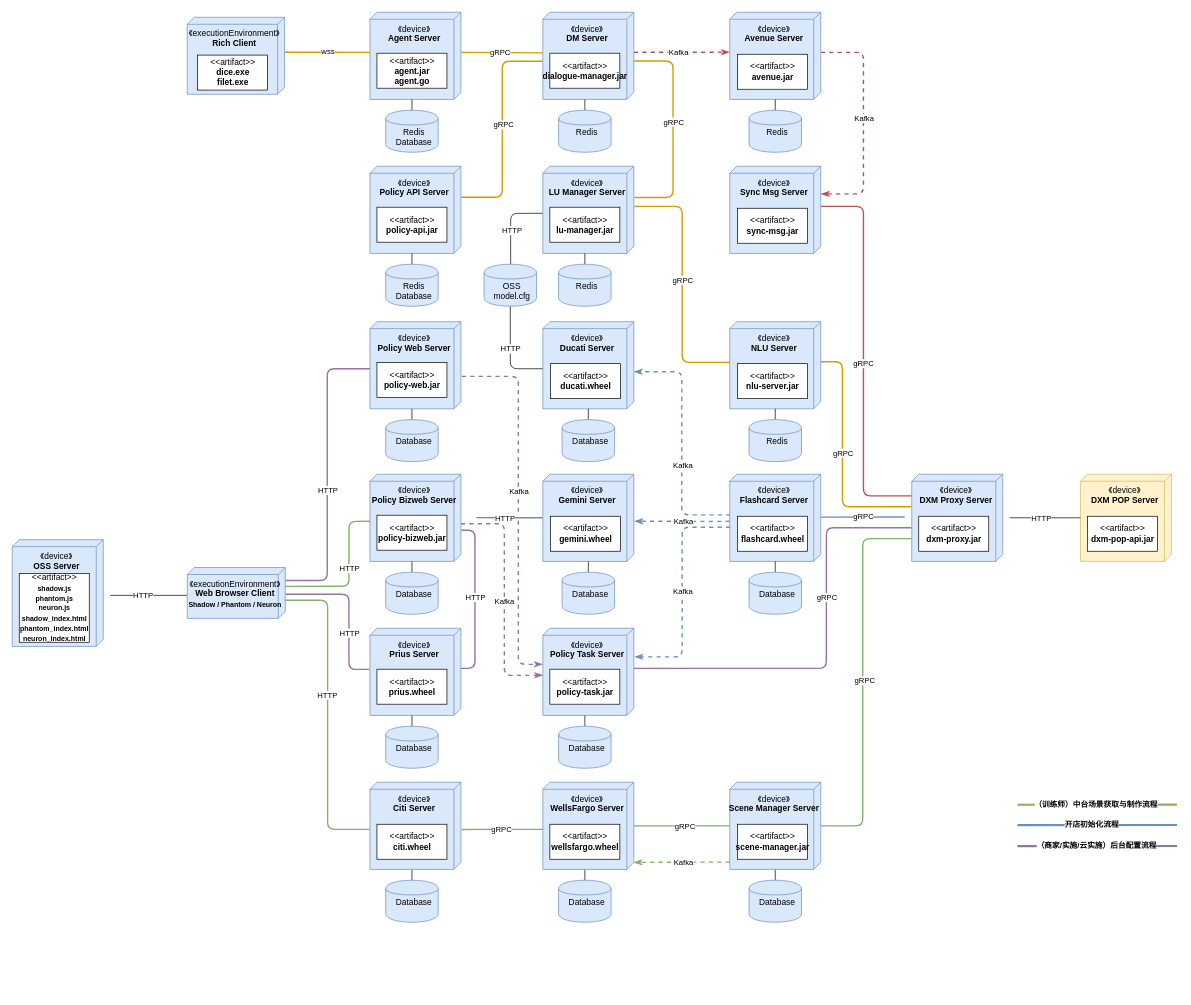
GeekKwok/UML keeps this draw.io diagram as leyan/dxm/dxm_deployment_diagram.drawio. Above is the earlier version. Source tidied: cells renumbered, new cells numbered last; positions are measured from the earlier drawing's top-left corner, leaving out a move shared by most shapes. Both pictures are drawn from the tidied source at 70%, with x=0, y=0 at pixel (12, 12).
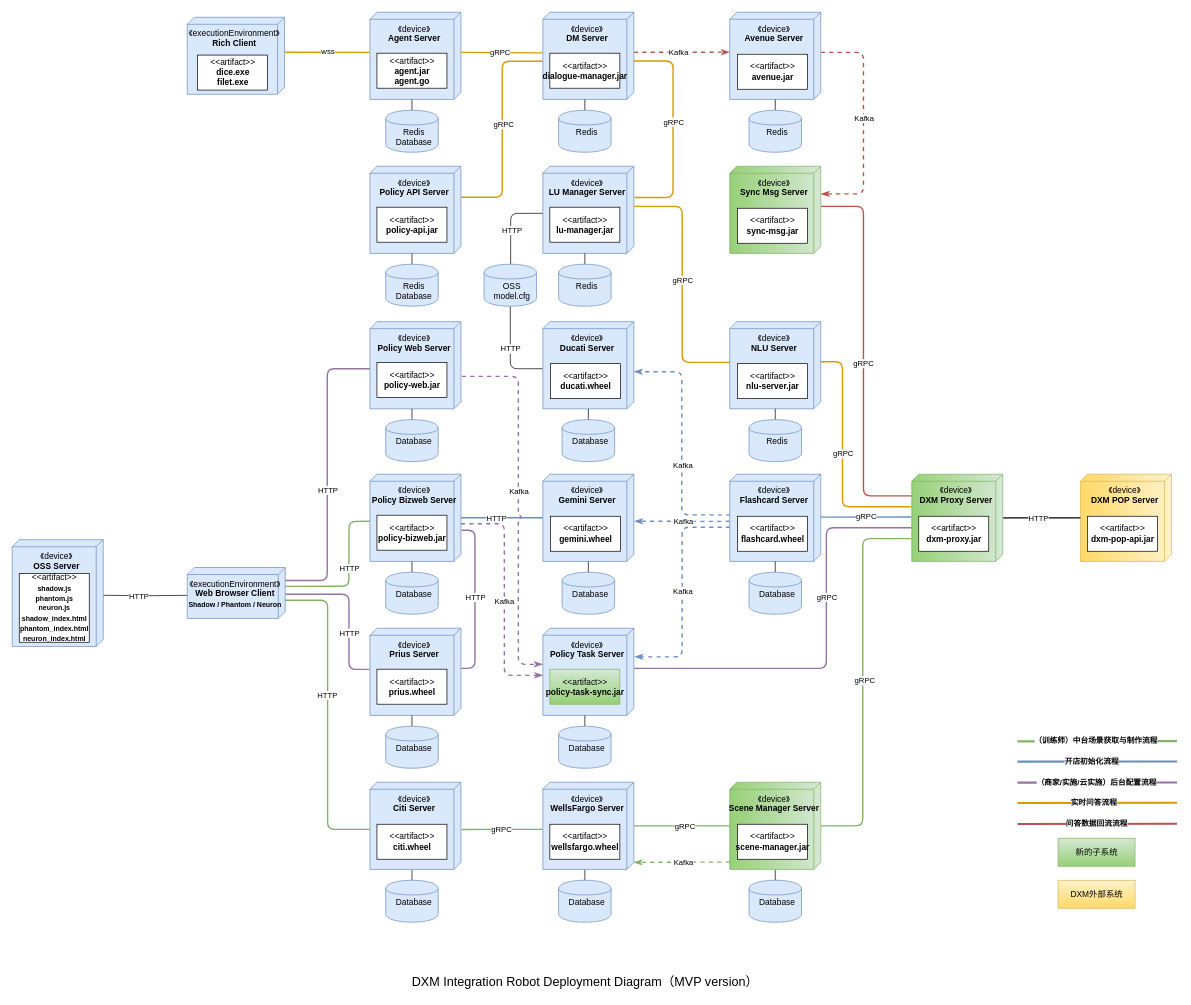
After the change.

Unchanged cells that the change refers to:
```xml
<mxCell id="32" value="《device》&lt;br&gt;&lt;b&gt;OSS Server&lt;/b&gt;" style="verticalAlign=top;align=center;shape=cube;size=10;direction=south;fontStyle=0;html=1;boundedLbl=1;spacingLeft=5;fillColor=#dae8fc;strokeColor=#6c8ebf;" parent="1" vertex="1">
  <mxGeometry y="753.5" width="130" height="152.5" as="geometry" />
</mxCell>
<mxCell id="73" value="《device》&lt;br&gt;&lt;b&gt;Policy Task Server&lt;/b&gt;" style="verticalAlign=top;align=center;shape=cube;size=10;direction=south;fontStyle=0;html=1;boundedLbl=1;spacingLeft=5;fillColor=#dae8fc;strokeColor=#6c8ebf;" parent="1" vertex="1">
  <mxGeometry x="758" y="880" width="130" height="124.5" as="geometry" />
</mxCell>
<mxCell id="79" value="《device》&lt;br&gt;&lt;b&gt;Policy Bizweb Server&lt;/b&gt;" style="verticalAlign=top;align=center;shape=cube;size=10;direction=south;fontStyle=0;html=1;boundedLbl=1;spacingLeft=5;fillColor=#dae8fc;strokeColor=#6c8ebf;" parent="1" vertex="1">
  <mxGeometry x="511" y="660" width="130" height="124.5" as="geometry" />
</mxCell>
<mxCell id="85" value="《device》&lt;br&gt;&lt;b&gt;Policy Web Server&lt;/b&gt;" style="verticalAlign=top;align=center;shape=cube;size=10;direction=south;fontStyle=0;html=1;boundedLbl=1;spacingLeft=5;fillColor=#dae8fc;strokeColor=#6c8ebf;" parent="1" vertex="1">
  <mxGeometry x="511" y="442" width="130" height="124.5" as="geometry" />
</mxCell>
<mxCell id="105" value="《device》&lt;br&gt;&lt;b&gt;NLU Server&lt;/b&gt;" style="verticalAlign=top;align=center;shape=cube;size=10;direction=south;fontStyle=0;html=1;boundedLbl=1;spacingLeft=5;fillColor=#dae8fc;strokeColor=#6c8ebf;" parent="1" vertex="1">
  <mxGeometry x="1025" y="442" width="130" height="124.5" as="geometry" />
</mxCell>
```

What changed in the source:
```diff
@@
-    <mxCell id="2" value="《device》&lt;br&gt;&lt;b&gt;DXM POP&amp;nbsp;Server&lt;/b&gt;" style="verticalAlign=top;align=center;shape=cube;size=10;direction=south;fontStyle=0;html=1;boundedLbl=1;spacingLeft=5;fillColor=#fff2cc;strokeColor=#d6b656;" parent="1" vertex="1">
+    <mxCell id="2" value="《device》&lt;br&gt;&lt;b&gt;DXM POP&amp;nbsp;Server&lt;/b&gt;" style="verticalAlign=top;align=center;shape=cube;size=10;direction=south;fontStyle=0;html=1;boundedLbl=1;spacingLeft=5;fillColor=#fff2cc;strokeColor=#d6b656;gradientColor=#ffd966;" parent="1" vertex="1">
       <mxGeometry x="1526" y="660" width="130" height="124.5" as="geometry" />
     </mxCell>
-    <mxCell id="3" style="edgeStyle=none;rounded=1;jettySize=auto;html=1;endArrow=none;endFill=0;startFill=1;" parent="1" edge="1" target="2">
-      <mxGeometry relative="1" as="geometry">
-        <mxPoint x="1425" y="722.2" as="sourcePoint" />
-      </mxGeometry>
+    <mxCell id="3" style="edgeStyle=none;rounded=1;jettySize=auto;html=1;endArrow=none;endFill=0;startFill=1;exitX=0.501;exitY=-0.003;exitDx=0;exitDy=0;exitPerimeter=0;strokeWidth=2;" parent="1" edge="1" source="7" target="2">
+      <mxGeometry relative="1" as="geometry" />
     </mxCell>
@@
-    <mxCell id="7" value="《device》&lt;br&gt;&lt;b&gt;DXM Proxy Server&lt;/b&gt;" style="verticalAlign=top;align=center;shape=cube;size=10;direction=south;fontStyle=0;html=1;boundedLbl=1;spacingLeft=5;fillColor=#dae8fc;strokeColor=#6c8ebf;" parent="1" vertex="1">
+    <mxCell id="7" value="《device》&lt;br&gt;&lt;b&gt;DXM Proxy Server&lt;/b&gt;" style="verticalAlign=top;align=center;shape=cube;size=10;direction=south;fontStyle=0;html=1;boundedLbl=1;spacingLeft=5;fillColor=#d5e8d4;strokeColor=#82b366;gradientColor=#97d077;" parent="1" vertex="1">
       <mxGeometry x="1285" y="660" width="130" height="124.5" as="geometry" />
     </mxCell>
@@
-    <mxCell id="15" value="《device》&lt;br&gt;&lt;b&gt;Scene Manager Server&lt;/b&gt;" style="verticalAlign=top;align=center;shape=cube;size=10;direction=south;fontStyle=0;html=1;boundedLbl=1;spacingLeft=5;fillColor=#dae8fc;strokeColor=#6c8ebf;" parent="1" vertex="1">
+    <mxCell id="15" value="《device》&lt;br&gt;&lt;b&gt;Scene Manager Server&lt;/b&gt;" style="verticalAlign=top;align=center;shape=cube;size=10;direction=south;fontStyle=0;html=1;boundedLbl=1;spacingLeft=5;fillColor=#d5e8d4;strokeColor=#82b366;gradientColor=#97d077;" parent="1" vertex="1">
       <mxGeometry x="1025" y="1100" width="130" height="124.5" as="geometry" />
     </mxCell>
@@
-    <mxCell id="34" style="edgeStyle=orthogonalEdgeStyle;rounded=1;orthogonalLoop=1;jettySize=auto;html=1;startFill=1;endArrow=none;endFill=0;" parent="1" edge="1">
+    <mxCell id="34" style="edgeStyle=orthogonalEdgeStyle;rounded=1;jettySize=auto;html=1;startFill=1;endArrow=none;endFill=0;entryX=0.521;entryY=-0.003;entryDx=0;entryDy=0;entryPerimeter=0;" parent="1" edge="1" target="32">
       <mxGeometry relative="1" as="geometry">
         <mxPoint x="250" y="833" as="sourcePoint" />
-        <mxPoint x="140" y="833" as="targetPoint" />
       </mxGeometry>
     </mxCell>
@@
-    <mxCell id="51" style="edgeStyle=elbowEdgeStyle;rounded=1;orthogonalLoop=1;jettySize=auto;html=1;exitX=0;exitY=0;exitDx=57.25;exitDy=0;exitPerimeter=0;startFill=1;endArrow=none;endFill=0;fontColor=#000000;elbow=vertical;fillColor=#dae8fc;strokeColor=#6c8ebf;strokeWidth=2;" parent="1" edge="1">
+    <mxCell id="51" style="edgeStyle=elbowEdgeStyle;rounded=1;jettySize=auto;html=1;exitX=0;exitY=0;exitDx=57.25;exitDy=0;exitPerimeter=0;startFill=1;endArrow=none;endFill=0;fontColor=#000000;elbow=vertical;fillColor=#dae8fc;strokeColor=#6c8ebf;strokeWidth=2;entryX=0.491;entryY=1.003;entryDx=0;entryDy=0;entryPerimeter=0;" parent="1" edge="1" target="7">
       <mxGeometry relative="1" as="geometry">
         <mxPoint x="1155" y="721.3" as="sourcePoint" />
-        <mxPoint x="1275" y="721.3" as="targetPoint" />
       </mxGeometry>
     </mxCell>
@@
-    <mxCell id="59" style="edgeStyle=elbowEdgeStyle;rounded=1;orthogonalLoop=1;jettySize=auto;html=1;exitX=0;exitY=0;exitDx=67.25;exitDy=130;exitPerimeter=0;startFill=1;endArrow=none;endFill=0;fontColor=#000000;elbow=horizontal;fillColor=#dae8fc;strokeColor=#6c8ebf;strokeWidth=2;" parent="1" edge="1">
+    <mxCell id="59" style="edgeStyle=elbowEdgeStyle;rounded=1;jettySize=auto;html=1;exitX=0;exitY=0;exitDx=67.25;exitDy=130;exitPerimeter=0;startFill=1;endArrow=none;endFill=0;fontColor=#000000;elbow=horizontal;fillColor=#dae8fc;strokeColor=#6c8ebf;strokeWidth=2;entryX=0.499;entryY=0;entryDx=0;entryDy=0;entryPerimeter=0;" parent="1" edge="1" target="79">
       <mxGeometry relative="1" as="geometry">
         <mxPoint x="758" y="722.2" as="sourcePoint" />
-        <mxPoint x="663" y="722" as="targetPoint" />
       </mxGeometry>
     </mxCell>
@@
-    <mxCell id="74" value="&amp;lt;&amp;lt;artifact&amp;gt;&amp;gt;&lt;br&gt;&lt;b&gt;policy-task.jar&lt;/b&gt;" style="text;html=1;align=center;verticalAlign=middle;dashed=0;fillColor=#ffffff;strokeColor=#000000;" parent="1" vertex="1">
+    <mxCell id="74" value="&amp;lt;&amp;lt;artifact&amp;gt;&amp;gt;&lt;br&gt;&lt;b&gt;policy-task-sync.jar&lt;/b&gt;" style="text;html=1;align=center;verticalAlign=middle;dashed=0;fillColor=#d5e8d4;strokeColor=#82b366;gradientColor=#97d077;" parent="1" vertex="1">
       <mxGeometry x="768" y="938.5" width="100" height="50" as="geometry" />
     </mxCell>
@@
-    <mxCell id="83" style="edgeStyle=elbowEdgeStyle;rounded=1;jettySize=auto;html=1;exitX=0.628;exitY=-0.01;exitDx=0;exitDy=0;exitPerimeter=0;startFill=1;endArrow=classicThin;endFill=1;fontColor=#000000;jumpStyle=gap;dashed=1;fillColor=#e1d5e7;strokeColor=#9673a6;entryX=0.414;entryY=1.004;entryDx=0;entryDy=0;entryPerimeter=0;strokeWidth=2;" parent="1" edge="1" source="85" target="73">
+    <mxCell id="83" style="edgeStyle=elbowEdgeStyle;rounded=1;jettySize=auto;html=1;exitX=0.628;exitY=-0.01;exitDx=0;exitDy=0;exitPerimeter=0;startFill=1;endArrow=classicThin;endFill=1;fontColor=#000000;jumpStyle=arc;dashed=1;fillColor=#e1d5e7;strokeColor=#9673a6;entryX=0.414;entryY=1.004;entryDx=0;entryDy=0;entryPerimeter=0;strokeWidth=2;" parent="1" edge="1" source="85" target="73">
       <mxGeometry relative="1" as="geometry">
         <Array as="points">
           <mxPoint x="723" y="692" />
         </Array>
       </mxGeometry>
     </mxCell>
@@
     <mxCell id="89" style="endArrow=none;startArrow=none;endFill=0;startFill=0;endSize=8;html=1;verticalAlign=bottom;labelBackgroundColor=none;strokeWidth=3;fillColor=#d5e8d4;strokeColor=#82b366;" parent="1" edge="1">
       <mxGeometry relative="1" as="geometry">
-        <mxPoint x="1436" y="1132.2" as="sourcePoint" />
-        <mxPoint x="1664" y="1132" as="targetPoint" />
+        <mxPoint x="1436" y="1041.6" as="sourcePoint" />
+        <mxPoint x="1664" y="1041.3" as="targetPoint" />
       </mxGeometry>
     </mxCell>
@@
     <mxCell id="91" style="endArrow=none;startArrow=none;endFill=0;startFill=0;endSize=8;html=1;verticalAlign=bottom;labelBackgroundColor=none;strokeWidth=3;fillColor=#dae8fc;strokeColor=#6c8ebf;" parent="1" edge="1">
       <mxGeometry relative="1" as="geometry">
-        <mxPoint x="1436" y="1161.2" as="sourcePoint" />
-        <mxPoint x="1664" y="1161" as="targetPoint" />
+        <mxPoint x="1436" y="1070.6" as="sourcePoint" />
+        <mxPoint x="1664" y="1070.3" as="targetPoint" />
       </mxGeometry>
     </mxCell>
@@
     <mxCell id="93" style="endArrow=none;startArrow=none;endFill=0;startFill=0;endSize=8;html=1;verticalAlign=bottom;labelBackgroundColor=none;strokeWidth=3;fillColor=#e1d5e7;strokeColor=#9673a6;" parent="1" edge="1">
       <mxGeometry relative="1" as="geometry">
-        <mxPoint x="1436" y="1191.2" as="sourcePoint" />
-        <mxPoint x="1664" y="1191" as="targetPoint" />
+        <mxPoint x="1436" y="1100.6" as="sourcePoint" />
+        <mxPoint x="1664" y="1100.3" as="targetPoint" />
       </mxGeometry>
     </mxCell>
@@
-    <mxCell id="103" style="edgeStyle=elbowEdgeStyle;rounded=1;jumpStyle=gap;jettySize=auto;html=1;exitX=0;exitY=0;exitDx=57.25;exitDy=0;exitPerimeter=0;entryX=0.373;entryY=1.005;entryDx=0;entryDy=0;entryPerimeter=0;startFill=1;endArrow=none;endFill=0;strokeWidth=2;fontColor=#000000;fillColor=#ffe6cc;strokeColor=#d79b00;" parent="1" edge="1" source="105" target="7">
+    <mxCell id="103" style="edgeStyle=elbowEdgeStyle;rounded=1;jumpStyle=gap;jettySize=auto;html=1;exitX=0;exitY=0;exitDx=57.25;exitDy=0;exitPerimeter=0;startFill=1;endArrow=none;endFill=0;strokeWidth=2;fontColor=#000000;fillColor=#ffe6cc;strokeColor=#d79b00;entryX=0.373;entryY=1.003;entryDx=0;entryDy=0;entryPerimeter=0;" parent="1" edge="1" source="105" target="7">
       <mxGeometry relative="1" as="geometry">
         <Array as="points">
           <mxPoint x="1186" y="600" />
         </Array>
       </mxGeometry>
     </mxCell>
@@
-    <mxCell id="131" value="《device》&lt;br&gt;&lt;b&gt;Sync Msg Server&lt;/b&gt;" style="verticalAlign=top;align=center;shape=cube;size=10;direction=south;fontStyle=0;html=1;boundedLbl=1;spacingLeft=5;fillColor=#dae8fc;strokeColor=#6c8ebf;" parent="1" vertex="1">
+    <mxCell id="131" value="《device》&lt;br&gt;&lt;b&gt;Sync Msg Server&lt;/b&gt;" style="verticalAlign=top;align=center;shape=cube;size=10;direction=south;fontStyle=0;html=1;boundedLbl=1;spacingLeft=5;fillColor=#d5e8d4;strokeColor=#82b366;gradientColor=#97d077;" parent="1" vertex="1">
       <mxGeometry x="1025" y="220" width="130" height="124.5" as="geometry" />
     </mxCell>
@@
+    <mxCell id="144" style="endArrow=none;startArrow=none;endFill=0;startFill=0;endSize=8;html=1;verticalAlign=bottom;labelBackgroundColor=none;strokeWidth=3;fillColor=#ffe6cc;strokeColor=#d79b00;" parent="1" edge="1">
+      <mxGeometry relative="1" as="geometry">
+        <mxPoint x="1436" y="1129.6" as="sourcePoint" />
+        <mxPoint x="1664" y="1129.3" as="targetPoint" />
+      </mxGeometry>
+    </mxCell>
+    <mxCell id="145" value="&lt;b&gt;实时问答流程&lt;/b&gt;" style="edgeLabel;html=1;align=center;verticalAlign=middle;" parent="144" vertex="1">
+      <mxGeometry x="-0.24" y="-3" relative="1" as="geometry">
+        <mxPoint x="21" y="-4" as="offset" />
+      </mxGeometry>
+    </mxCell>
+    <mxCell id="146" style="endArrow=none;startArrow=none;endFill=0;startFill=0;endSize=8;html=1;verticalAlign=bottom;labelBackgroundColor=none;strokeWidth=3;fillColor=#f8cecc;strokeColor=#b85450;" parent="1" edge="1">
+      <mxGeometry relative="1" as="geometry">
+        <mxPoint x="1436" y="1159.6" as="sourcePoint" />
+        <mxPoint x="1664" y="1159.3" as="targetPoint" />
+      </mxGeometry>
+    </mxCell>
+    <mxCell id="147" value="&lt;b&gt;问答数据回流流程&lt;/b&gt;" style="edgeLabel;html=1;align=center;verticalAlign=middle;" parent="146" vertex="1">
+      <mxGeometry x="-0.24" y="-3" relative="1" as="geometry">
+        <mxPoint x="25" y="-4" as="offset" />
+      </mxGeometry>
+    </mxCell>
+    <mxCell id="148" value="新的子系统" style="text;html=1;align=center;verticalAlign=middle;dashed=0;fillColor=#d5e8d4;strokeColor=#82b366;gradientColor=#97d077;" parent="1" vertex="1">
+      <mxGeometry x="1494" y="1180" width="110" height="40" as="geometry" />
+    </mxCell>
+    <mxCell id="149" value="&lt;font style=&quot;font-size: 18px&quot;&gt;DXM Integration Robot&amp;nbsp;Deployment Diagram（&lt;/font&gt;&lt;span style=&quot;font-size: 18px&quot;&gt;MVP version）&lt;/span&gt;" style="text;html=1;strokeColor=none;fillColor=none;align=center;verticalAlign=middle;whiteSpace=wrap;rounded=0;fontColor=#000000;" parent="1" vertex="1">
+      <mxGeometry x="533.5" y="1370" width="569" height="30" as="geometry" />
+    </mxCell>
+    <mxCell id="150" value="DXM外部系统" style="text;html=1;align=center;verticalAlign=middle;dashed=0;fillColor=#fff2cc;strokeColor=#d6b656;gradientColor=#ffd966;" parent="1" vertex="1">
+      <mxGeometry x="1494" y="1240" width="110" height="40" as="geometry" />
+    </mxCell>
```
